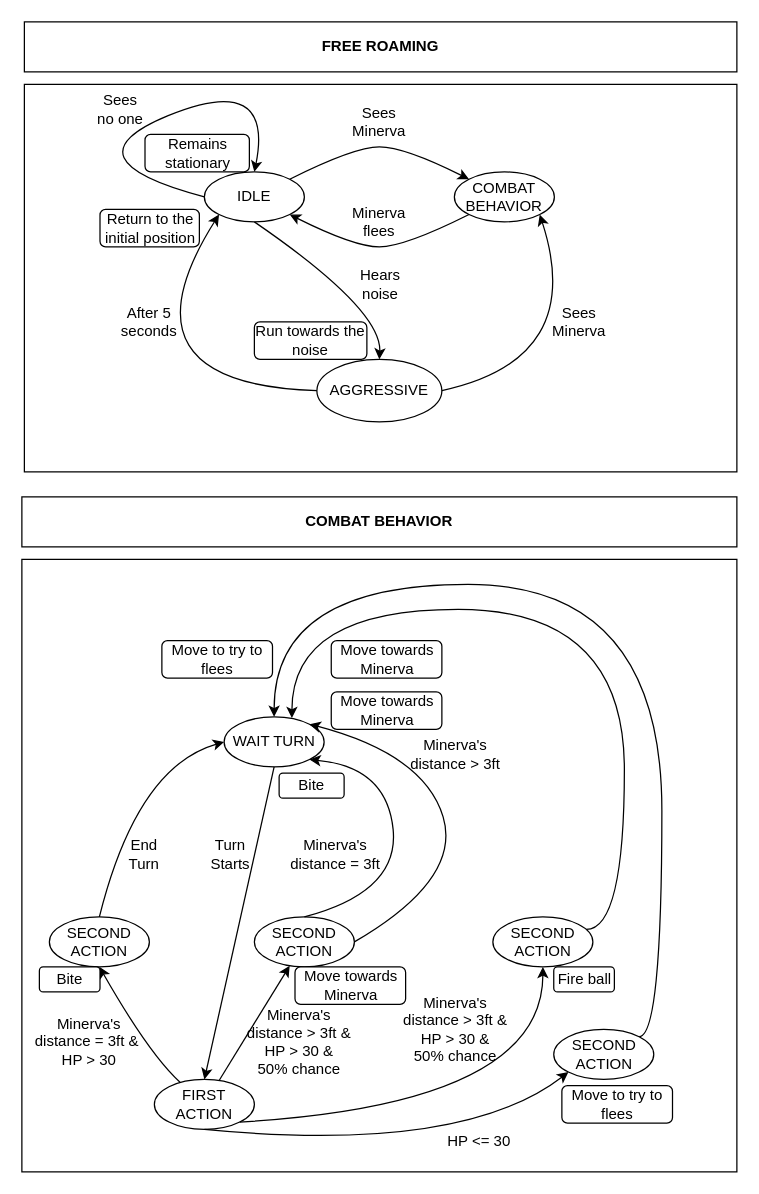
The draw.io diagram Images/LDD/Projects/drawio/PRJ_BHV_fireSalamander_behaviour.drawio in Ode97/Progetto-GDP-2020-2021, before the edit. Source tidied: cells renumbered, new cells numbered last; positions are measured from the earlier drawing's top-left corner, leaving out a move shared by most shapes. Both pictures are drawn from the tidied source at 125%, with x=0, y=0 at pixel (21, 21).
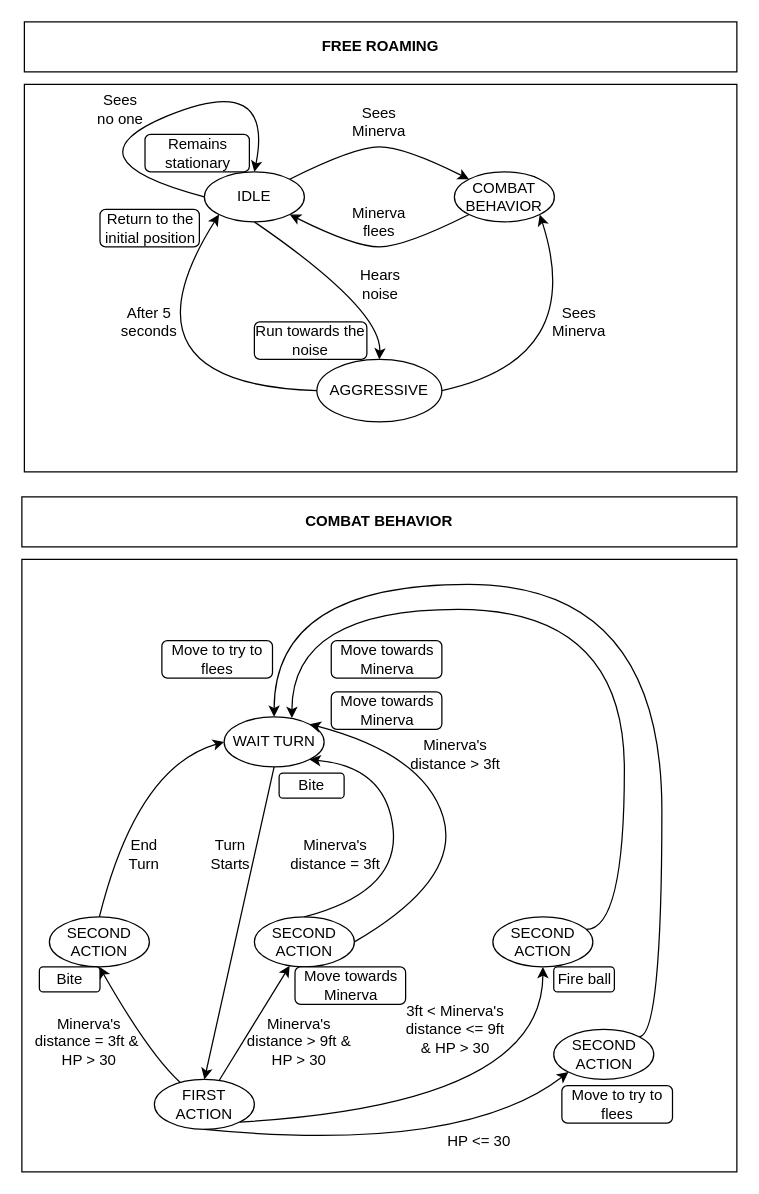
The same page after the edit.

Change to the diagram source:
```diff
@@
-    <mxCell id="34" value="Minerva's distance &amp;gt; 3ft &amp;amp; HP &amp;gt; 30 &amp;amp;&lt;br&gt;50% chance" style="text;html=1;strokeColor=none;fillColor=none;align=center;verticalAlign=middle;whiteSpace=wrap;rounded=0;" parent="1" vertex="1">
+    <mxCell id="34" value="Minerva's distance &amp;gt; 9ft &amp;amp; HP &amp;gt; 30" style="text;html=1;strokeColor=none;fillColor=none;align=center;verticalAlign=middle;whiteSpace=wrap;rounded=0;" parent="1" vertex="1">
       <mxGeometry x="177" y="806" width="90" height="20" as="geometry" />
     </mxCell>
@@
-    <mxCell id="54" value="Minerva's distance &amp;gt; 3ft &amp;amp; HP &amp;gt; 30 &amp;amp; &lt;br&gt;50% chance" style="text;html=1;strokeColor=none;fillColor=none;align=center;verticalAlign=middle;whiteSpace=wrap;rounded=0;" parent="1" vertex="1">
+    <mxCell id="54" value="3ft &amp;lt; Minerva's distance &amp;lt;= 9ft &amp;amp; HP &amp;gt; 30" style="text;html=1;strokeColor=none;fillColor=none;align=center;verticalAlign=middle;whiteSpace=wrap;rounded=0;" parent="1" vertex="1">
       <mxGeometry x="302" y="796" width="90" height="20" as="geometry" />
     </mxCell>
```
